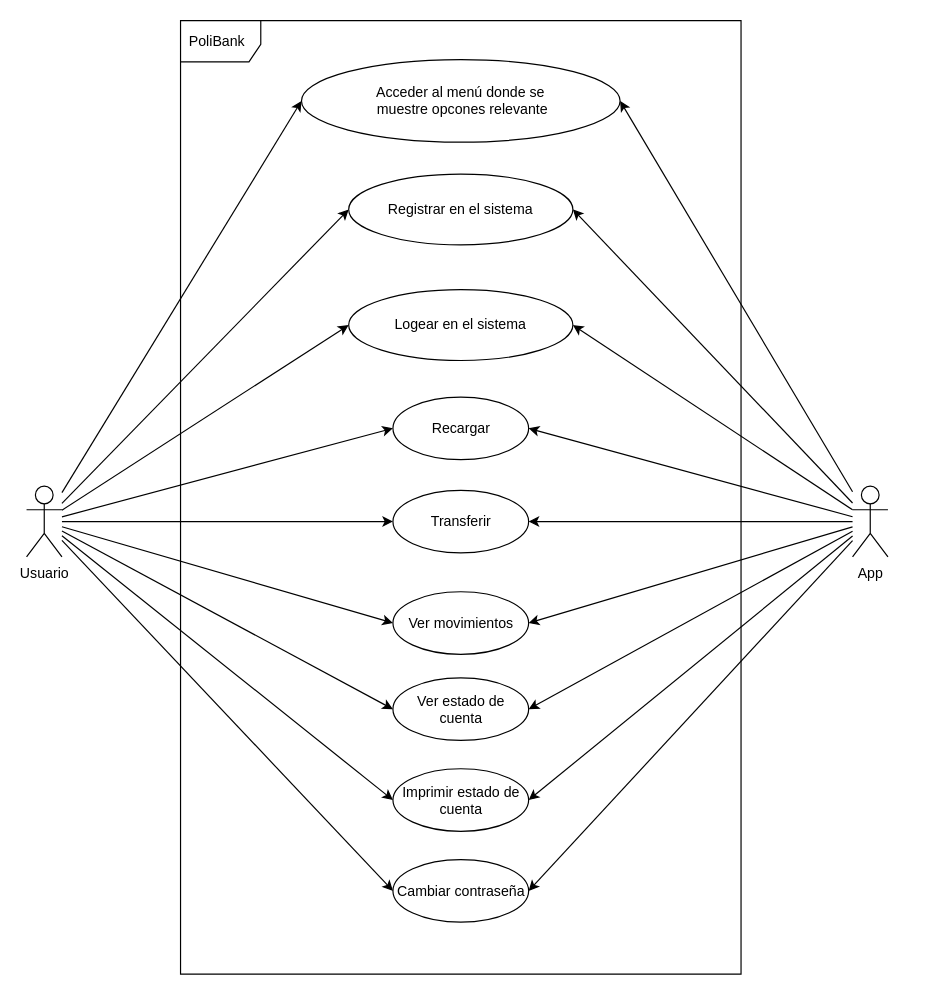
Earlier version of the draw.io diagram design/DiagramaCasoUso.drawio (Jhairzp27/Proyecto-final-grupo-4). Source tidied: cells renumbered, new cells numbered last; positions are measured from the earlier drawing's top-left corner, leaving out a move shared by most shapes. Both pictures are drawn from the tidied source at 118%, with x=0, y=0 at pixel (26, 20).
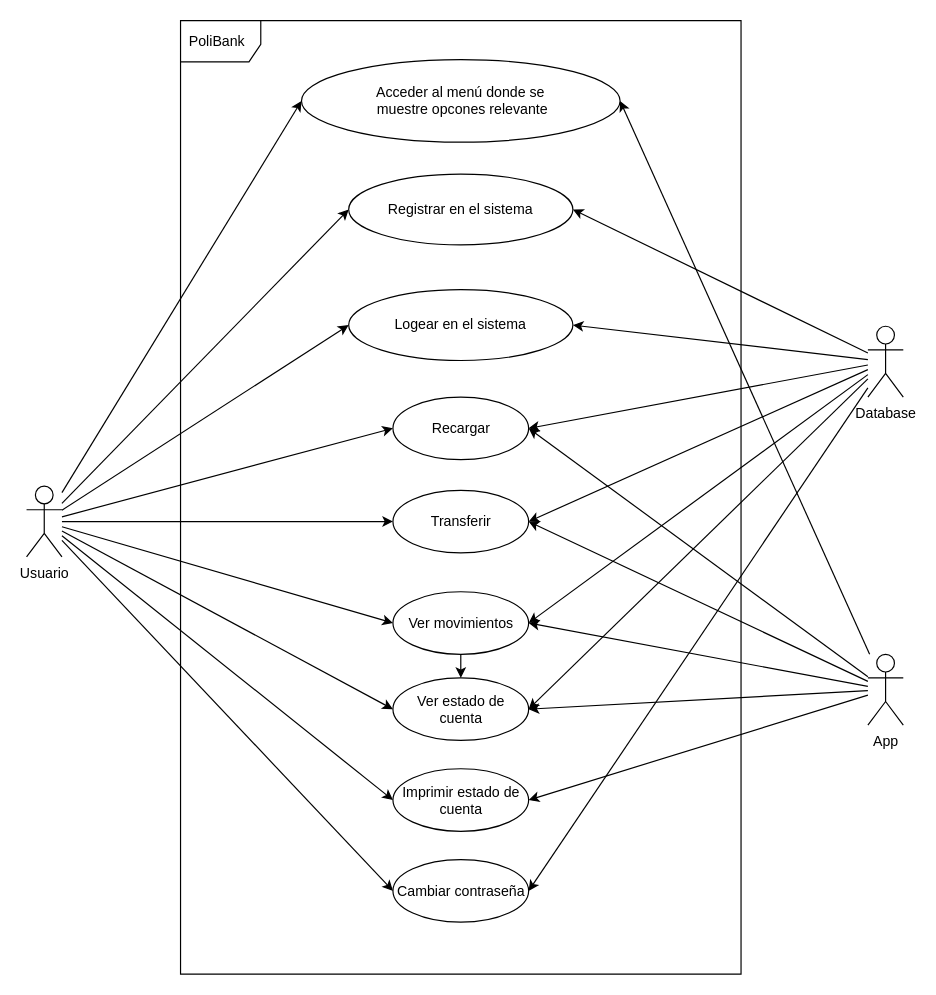
The same diagram, later.

The change refers to these unchanged cells:
```xml
<mxCell id="24" value="Registrar en el sistema" style="ellipse;whiteSpace=wrap;html=1;" parent="1" vertex="1">
  <mxGeometry x="273" y="130" width="190" height="60" as="geometry" />
</mxCell>
<mxCell id="25" value="Recargar" style="ellipse;whiteSpace=wrap;html=1;" parent="1" vertex="1">
  <mxGeometry x="310.5" y="319" width="115" height="53" as="geometry" />
</mxCell>
<mxCell id="26" value="Logear en el sistema" style="ellipse;whiteSpace=wrap;html=1;" parent="1" vertex="1">
  <mxGeometry x="273" y="228" width="190" height="60" as="geometry" />
</mxCell>
<mxCell id="27" value="Transferir" style="ellipse;whiteSpace=wrap;html=1;" parent="1" vertex="1">
  <mxGeometry x="310.5" y="398" width="115" height="53" as="geometry" />
</mxCell>
<mxCell id="28" value="Ver movimientos" style="ellipse;whiteSpace=wrap;html=1;" parent="1" vertex="1">
  <mxGeometry x="310.5" y="484" width="115" height="53" as="geometry" />
</mxCell>
<mxCell id="29" value="Ver estado de cuenta" style="ellipse;whiteSpace=wrap;html=1;" parent="1" vertex="1">
  <mxGeometry x="310.5" y="557" width="115" height="53" as="geometry" />
</mxCell>
<mxCell id="31" value="Cambiar contraseña" style="ellipse;whiteSpace=wrap;html=1;" parent="1" vertex="1">
  <mxGeometry x="310.5" y="711" width="115" height="53" as="geometry" />
</mxCell>
```

The edit, as a diff of the source:
```diff
@@
-    <mxCell id="14" style="edgeStyle=none;html=1;entryX=1;entryY=0.5;entryDx=0;entryDy=0;" parent="1" edge="1" source="22" target="24">
-      <mxGeometry relative="1" as="geometry" />
-    </mxCell>
@@
-    <mxCell id="16" style="edgeStyle=none;html=1;entryX=1;entryY=0.5;entryDx=0;entryDy=0;" parent="1" edge="1" source="22" target="26">
-      <mxGeometry relative="1" as="geometry" />
-    </mxCell>
@@
-    <mxCell id="21" style="edgeStyle=none;html=1;entryX=1;entryY=0.5;entryDx=0;entryDy=0;" parent="1" edge="1" source="22" target="31">
-      <mxGeometry relative="1" as="geometry" />
-    </mxCell>
     <mxCell id="22" value="App" style="shape=umlActor;verticalLabelPosition=bottom;verticalAlign=top;html=1;outlineConnect=0;" parent="1" vertex="1">
-      <mxGeometry x="700" y="394.5" width="30" height="60" as="geometry" />
+      <mxGeometry x="713" y="537" width="30" height="60" as="geometry" />
     </mxCell>
@@
+    <mxCell id="32" style="edgeStyle=none;html=1;exitX=0.5;exitY=1;exitDx=0;exitDy=0;entryX=0.5;entryY=0;entryDx=0;entryDy=0;" parent="1" edge="1" source="28" target="29">
+      <mxGeometry relative="1" as="geometry" />
+    </mxCell>
@@
+    <mxCell id="33" style="edgeStyle=none;html=1;entryX=1;entryY=0.5;entryDx=0;entryDy=0;" parent="1" edge="1" source="40" target="24">
+      <mxGeometry relative="1" as="geometry" />
+    </mxCell>
+    <mxCell id="34" style="edgeStyle=none;html=1;entryX=1;entryY=0.5;entryDx=0;entryDy=0;" parent="1" edge="1" source="40" target="26">
+      <mxGeometry relative="1" as="geometry" />
+    </mxCell>
+    <mxCell id="35" style="edgeStyle=none;html=1;entryX=1;entryY=0.5;entryDx=0;entryDy=0;" parent="1" edge="1" source="40" target="28">
+      <mxGeometry relative="1" as="geometry" />
+    </mxCell>
+    <mxCell id="36" style="edgeStyle=none;html=1;entryX=1;entryY=0.5;entryDx=0;entryDy=0;" parent="1" edge="1" source="40" target="29">
+      <mxGeometry relative="1" as="geometry" />
+    </mxCell>
+    <mxCell id="37" style="edgeStyle=none;html=1;entryX=1;entryY=0.5;entryDx=0;entryDy=0;" parent="1" edge="1" source="40" target="27">
+      <mxGeometry relative="1" as="geometry" />
+    </mxCell>
+    <mxCell id="38" style="edgeStyle=none;html=1;entryX=1;entryY=0.5;entryDx=0;entryDy=0;" parent="1" edge="1" source="40" target="31">
+      <mxGeometry relative="1" as="geometry" />
+    </mxCell>
+    <mxCell id="39" style="edgeStyle=none;html=1;entryX=1;entryY=0.5;entryDx=0;entryDy=0;" parent="1" edge="1" source="40" target="25">
+      <mxGeometry relative="1" as="geometry" />
+    </mxCell>
+    <mxCell id="40" value="Database" style="shape=umlActor;verticalLabelPosition=bottom;verticalAlign=top;html=1;outlineConnect=0;" parent="1" vertex="1">
+      <mxGeometry x="713" y="259" width="30" height="60" as="geometry" />
+    </mxCell>
```
